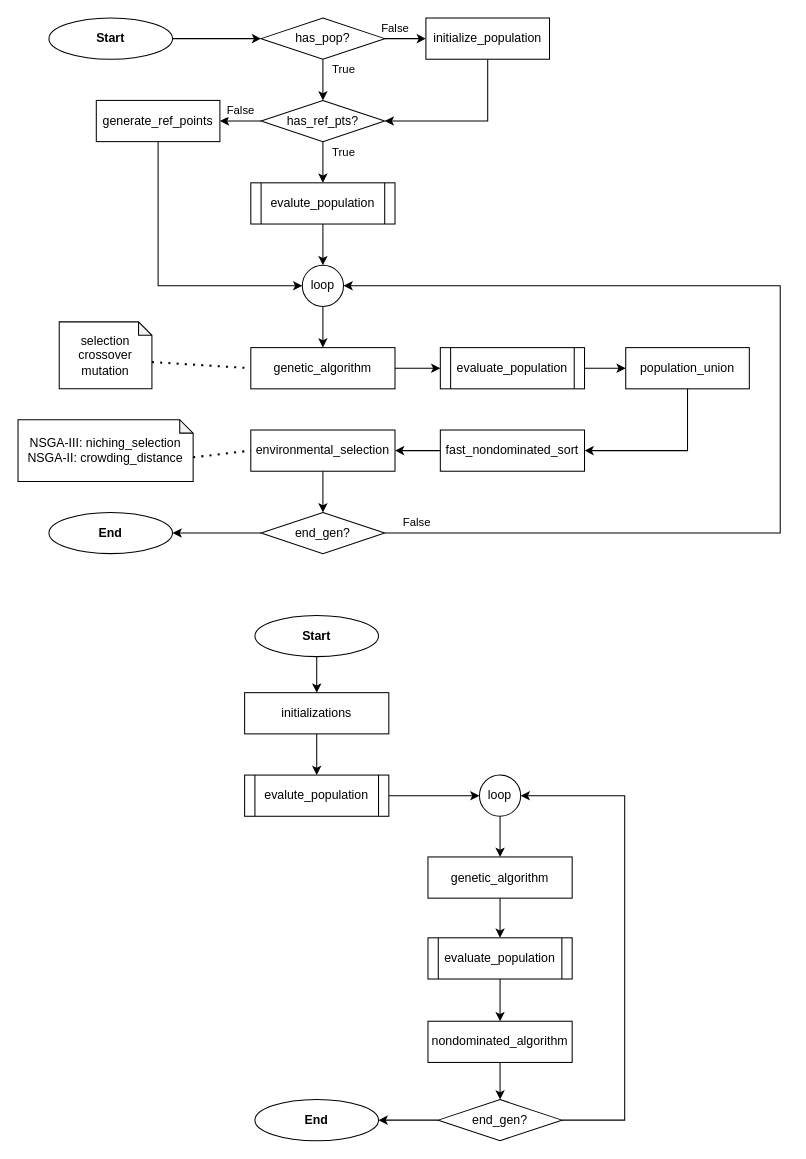
The draw.io diagram page "minimal-nsga-flow" (4 of 5) of docs/diagrams/diagrams.drawio in JunioCesarFerreira/simlab, before the edit. Source tidied: cells renumbered, new cells numbered last; positions are measured from the earlier drawing's top-left corner, leaving out a move shared by most shapes. Both pictures are drawn from the tidied source at 103%, with x=0, y=0 at pixel (18, 18).
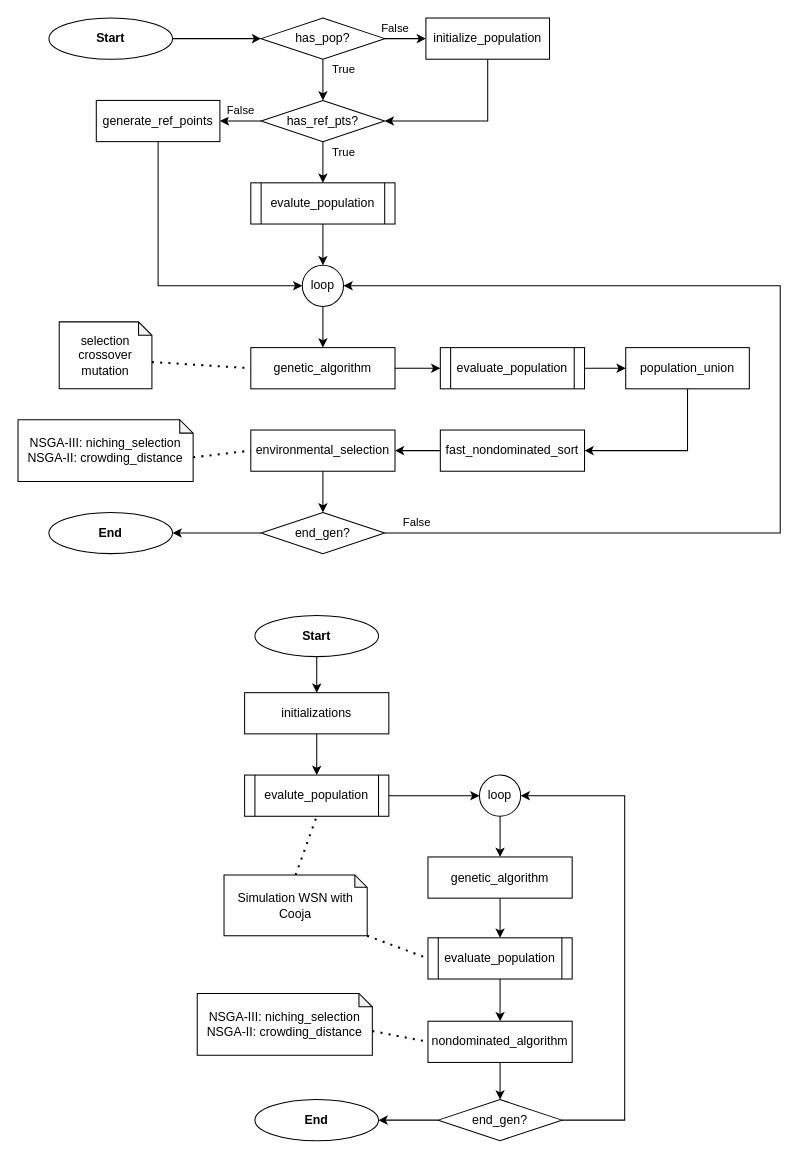
Above is the later version.

Unchanged cells that the change refers to:
```xml
<mxCell id="45" value="&lt;span&gt;evalute_population&lt;/span&gt;" style="shape=process;whiteSpace=wrap;html=1;backgroundOutline=1;size=0.07142857142857142;" parent="1" vertex="1">
  <mxGeometry x="220" y="735" width="140" height="40" as="geometry" />
</mxCell>
<mxCell id="47" value="nondominated_algorithm" style="rounded=0;whiteSpace=wrap;html=1;" parent="1" vertex="1">
  <mxGeometry x="398" y="974" width="140" height="40" as="geometry" />
</mxCell>
<mxCell id="53" value="&lt;span&gt;evaluate_population&lt;/span&gt;" style="shape=process;whiteSpace=wrap;html=1;backgroundOutline=1;size=0.07142857142857142;" parent="1" vertex="1">
  <mxGeometry x="398" y="893" width="140" height="40" as="geometry" />
</mxCell>
```

What changed in the source:
```diff
@@
+    <mxCell id="54" value="Simulation WSN with Cooja" style="shape=note;whiteSpace=wrap;html=1;backgroundOutline=1;darkOpacity=0.05;size=12;" parent="1" vertex="1">
+      <mxGeometry x="200" y="832" width="139" height="59" as="geometry" />
+    </mxCell>
+    <mxCell id="55" style="endArrow=none;dashed=1;html=1;dashPattern=1 3;strokeWidth=2;entryX=0.5;entryY=1;entryDx=0;entryDy=0;exitX=0.5;exitY=0;exitDx=0;exitDy=0;exitPerimeter=0;" parent="1" edge="1" source="54" target="45">
+      <mxGeometry relative="1" as="geometry" />
+    </mxCell>
+    <mxCell id="56" style="endArrow=none;dashed=1;html=1;dashPattern=1 3;strokeWidth=2;entryX=0;entryY=0.5;entryDx=0;entryDy=0;exitX=1;exitY=1;exitDx=0;exitDy=0;exitPerimeter=0;" parent="1" edge="1" source="54" target="53">
+      <mxGeometry relative="1" as="geometry" />
+    </mxCell>
+    <mxCell id="57" value="NSGA-III: niching_selection&lt;br&gt;NSGA-II: crowding_distance" style="shape=note;whiteSpace=wrap;html=1;backgroundOutline=1;darkOpacity=0.05;size=13;" parent="1" vertex="1">
+      <mxGeometry x="174" y="947" width="170" height="60" as="geometry" />
+    </mxCell>
+    <mxCell id="58" style="endArrow=none;dashed=1;html=1;dashPattern=1 3;strokeWidth=2;entryX=0;entryY=0.5;entryDx=0;entryDy=0;exitX=0;exitY=0;exitDx=170;exitDy=36.5;exitPerimeter=0;" parent="1" edge="1" source="57" target="47">
+      <mxGeometry relative="1" as="geometry" />
+    </mxCell>
```
